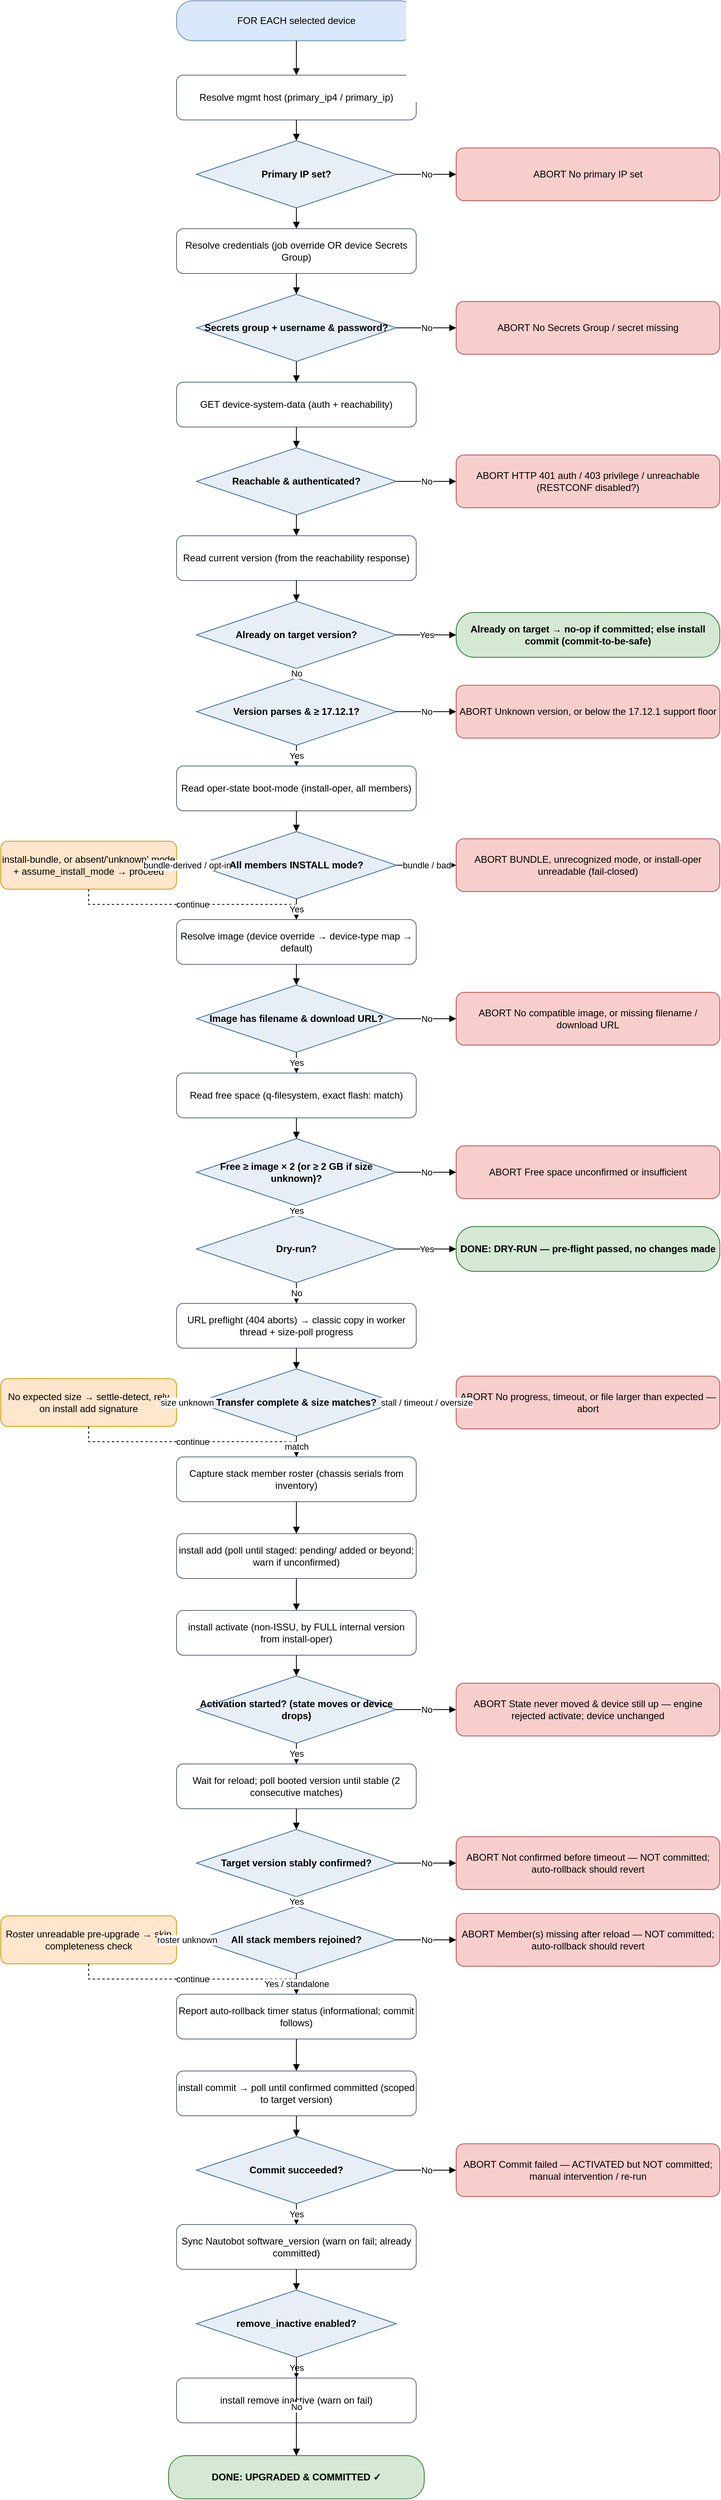
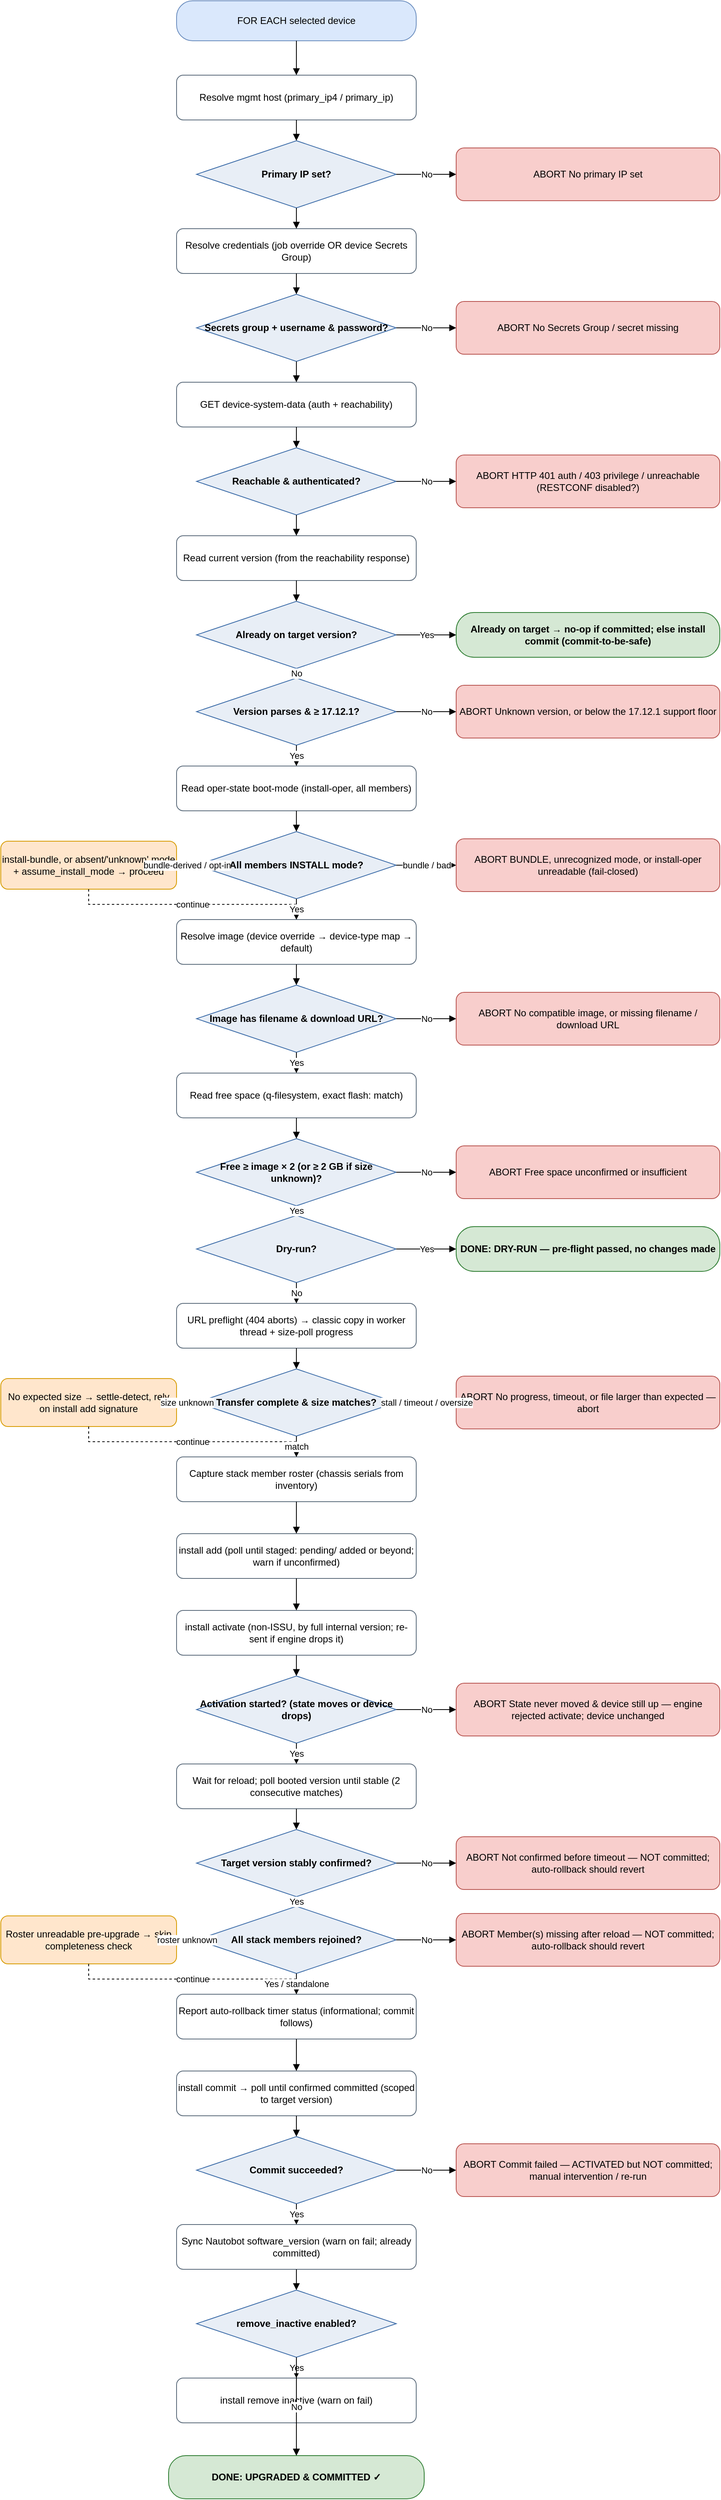
<mxfile host="app.diagrams.net" type="device">
  <diagram name="IOS-XE upgrade flow" id="iosxe-upgrade-flow">
    <mxGraphModel dx="1000" dy="2000" grid="1" gridSize="10" guides="1" tooltips="1"
        connect="1" arrows="1" fold="1" page="1" pageScale="1" math="0" shadow="0">
      <root>
        <mxCell id="0"/>
        <mxCell id="1" parent="0"/>
        <mxCell id="start" value="FOR EACH selected device" style="rounded=1;arcSize=40;whiteSpace=wrap;html=1;fillColor=#DAE8FC;strokeColor=#6C8EBF;" vertex="1" parent="1"><mxGeometry x="250" y="31" width="300" height="50" as="geometry"/></mxCell>
        <mxCell id="host" value="Resolve mgmt host&amp;#10;(primary_ip4 / primary_ip)" style="rounded=1;whiteSpace=wrap;html=1;fillColor=#FFFFFF;strokeColor=#5B6B7B;" vertex="1" parent="1"><mxGeometry x="250" y="124" width="300" height="56" as="geometry"/></mxCell>
        <mxCell id="d_ip" value="Primary IP set?" style="rhombus;whiteSpace=wrap;html=1;fillColor=#E8EEF6;strokeColor=#3C6CA8;fontStyle=1;" vertex="1" parent="1"><mxGeometry x="275" y="206" width="250" height="84" as="geometry"/></mxCell>
        <mxCell id="cred" value="Resolve credentials&amp;#10;(job override OR device Secrets Group)" style="rounded=1;whiteSpace=wrap;html=1;fillColor=#FFFFFF;strokeColor=#5B6B7B;" vertex="1" parent="1"><mxGeometry x="250" y="316" width="300" height="56" as="geometry"/></mxCell>
        <mxCell id="d_cred" value="Secrets group +&amp;#10;username &amp; password?" style="rhombus;whiteSpace=wrap;html=1;fillColor=#E8EEF6;strokeColor=#3C6CA8;fontStyle=1;" vertex="1" parent="1"><mxGeometry x="275" y="398" width="250" height="84" as="geometry"/></mxCell>
        <mxCell id="reach" value="GET device-system-data&amp;#10;(auth + reachability)" style="rounded=1;whiteSpace=wrap;html=1;fillColor=#FFFFFF;strokeColor=#5B6B7B;" vertex="1" parent="1"><mxGeometry x="250" y="508" width="300" height="56" as="geometry"/></mxCell>
        <mxCell id="d_reach" value="Reachable &amp;&amp;#10;authenticated?" style="rhombus;whiteSpace=wrap;html=1;fillColor=#E8EEF6;strokeColor=#3C6CA8;fontStyle=1;" vertex="1" parent="1"><mxGeometry x="275" y="590" width="250" height="84" as="geometry"/></mxCell>
        <mxCell id="curr" value="Read current version&amp;#10;(from the reachability response)" style="rounded=1;whiteSpace=wrap;html=1;fillColor=#FFFFFF;strokeColor=#5B6B7B;" vertex="1" parent="1"><mxGeometry x="250" y="700" width="300" height="56" as="geometry"/></mxCell>
        <mxCell id="d_target" value="Already on&amp;#10;target version?" style="rhombus;whiteSpace=wrap;html=1;fillColor=#E8EEF6;strokeColor=#3C6CA8;fontStyle=1;" vertex="1" parent="1"><mxGeometry x="275" y="782" width="250" height="84" as="geometry"/></mxCell>
        <mxCell id="d_floor" value="Version parses&amp;#10;&amp; ≥ 17.12.1?" style="rhombus;whiteSpace=wrap;html=1;fillColor=#E8EEF6;strokeColor=#3C6CA8;fontStyle=1;" vertex="1" parent="1"><mxGeometry x="275" y="878" width="250" height="84" as="geometry"/></mxCell>
        <mxCell id="mode" value="Read oper-state boot-mode&amp;#10;(install-oper, all members)" style="rounded=1;whiteSpace=wrap;html=1;fillColor=#FFFFFF;strokeColor=#5B6B7B;" vertex="1" parent="1"><mxGeometry x="250" y="988" width="300" height="56" as="geometry"/></mxCell>
        <mxCell id="d_mode" value="All members&amp;#10;INSTALL mode?" style="rhombus;whiteSpace=wrap;html=1;fillColor=#E8EEF6;strokeColor=#3C6CA8;fontStyle=1;" vertex="1" parent="1"><mxGeometry x="275" y="1070" width="250" height="84" as="geometry"/></mxCell>
        <mxCell id="img" value="Resolve image (device override →&amp;#10;device-type map → default)" style="rounded=1;whiteSpace=wrap;html=1;fillColor=#FFFFFF;strokeColor=#5B6B7B;" vertex="1" parent="1"><mxGeometry x="250" y="1180" width="300" height="56" as="geometry"/></mxCell>
        <mxCell id="d_img" value="Image has filename&amp;#10;&amp; download URL?" style="rhombus;whiteSpace=wrap;html=1;fillColor=#E8EEF6;strokeColor=#3C6CA8;fontStyle=1;" vertex="1" parent="1"><mxGeometry x="275" y="1262" width="250" height="84" as="geometry"/></mxCell>
        <mxCell id="space" value="Read free space&amp;#10;(q-filesystem, exact flash: match)" style="rounded=1;whiteSpace=wrap;html=1;fillColor=#FFFFFF;strokeColor=#5B6B7B;" vertex="1" parent="1"><mxGeometry x="250" y="1372" width="300" height="56" as="geometry"/></mxCell>
        <mxCell id="d_space" value="Free ≥ image × 2&amp;#10;(or ≥ 2 GB if size unknown)?" style="rhombus;whiteSpace=wrap;html=1;fillColor=#E8EEF6;strokeColor=#3C6CA8;fontStyle=1;" vertex="1" parent="1"><mxGeometry x="275" y="1454" width="250" height="84" as="geometry"/></mxCell>
        <mxCell id="d_dry" value="Dry-run?" style="rhombus;whiteSpace=wrap;html=1;fillColor=#E8EEF6;strokeColor=#3C6CA8;fontStyle=1;" vertex="1" parent="1"><mxGeometry x="275" y="1550" width="250" height="84" as="geometry"/></mxCell>
        <mxCell id="copy" value="URL preflight (404 aborts) → classic copy&amp;#10;in worker thread + size-poll progress" style="rounded=1;whiteSpace=wrap;html=1;fillColor=#FFFFFF;strokeColor=#5B6B7B;" vertex="1" parent="1"><mxGeometry x="250" y="1660" width="300" height="56" as="geometry"/></mxCell>
        <mxCell id="d_size" value="Transfer complete&amp;#10;&amp; size matches?" style="rhombus;whiteSpace=wrap;html=1;fillColor=#E8EEF6;strokeColor=#3C6CA8;fontStyle=1;" vertex="1" parent="1"><mxGeometry x="275" y="1742" width="250" height="84" as="geometry"/></mxCell>
        <mxCell id="roster" value="Capture stack member roster&amp;#10;(chassis serials from inventory)" style="rounded=1;whiteSpace=wrap;html=1;fillColor=#FFFFFF;strokeColor=#5B6B7B;" vertex="1" parent="1"><mxGeometry x="250" y="1852" width="300" height="56" as="geometry"/></mxCell>
        <mxCell id="add" value="install add (poll until staged: pending/&amp;#10;added or beyond; warn if unconfirmed)" style="rounded=1;whiteSpace=wrap;html=1;fillColor=#FFFFFF;strokeColor=#5B6B7B;" vertex="1" parent="1"><mxGeometry x="250" y="1948" width="300" height="56" as="geometry"/></mxCell>
-         <mxCell id="act" value="install activate (non-ISSU, by FULL&amp;#10;internal version from install-oper)" style="rounded=1;whiteSpace=wrap;html=1;fillColor=#FFFFFF;strokeColor=#5B6B7B;" vertex="1" parent="1"><mxGeometry x="250" y="2044" width="300" height="56" as="geometry"/></mxCell>
+         <mxCell id="act" value="install activate (non-ISSU, by full internal&amp;#10;version; re-sent if engine drops it)" style="rounded=1;whiteSpace=wrap;html=1;fillColor=#FFFFFF;strokeColor=#5B6B7B;" vertex="1" parent="1"><mxGeometry x="250" y="2044" width="300" height="56" as="geometry"/></mxCell>
        <mxCell id="d_act" value="Activation started?&amp;#10;(state moves or device drops)" style="rhombus;whiteSpace=wrap;html=1;fillColor=#E8EEF6;strokeColor=#3C6CA8;fontStyle=1;" vertex="1" parent="1"><mxGeometry x="275" y="2126" width="250" height="84" as="geometry"/></mxCell>
        <mxCell id="waitc" value="Wait for reload; poll booted version&amp;#10;until stable (2 consecutive matches)" style="rounded=1;whiteSpace=wrap;html=1;fillColor=#FFFFFF;strokeColor=#5B6B7B;" vertex="1" parent="1"><mxGeometry x="250" y="2236" width="300" height="56" as="geometry"/></mxCell>
        <mxCell id="d_confirm" value="Target version&amp;#10;stably confirmed?" style="rhombus;whiteSpace=wrap;html=1;fillColor=#E8EEF6;strokeColor=#3C6CA8;fontStyle=1;" vertex="1" parent="1"><mxGeometry x="275" y="2318" width="250" height="84" as="geometry"/></mxCell>
        <mxCell id="d_members" value="All stack members&amp;#10;rejoined?" style="rhombus;whiteSpace=wrap;html=1;fillColor=#E8EEF6;strokeColor=#3C6CA8;fontStyle=1;" vertex="1" parent="1"><mxGeometry x="275" y="2414" width="250" height="84" as="geometry"/></mxCell>
        <mxCell id="rollbackchk" value="Report auto-rollback timer status&amp;#10;(informational; commit follows)" style="rounded=1;whiteSpace=wrap;html=1;fillColor=#FFFFFF;strokeColor=#5B6B7B;" vertex="1" parent="1"><mxGeometry x="250" y="2524" width="300" height="56" as="geometry"/></mxCell>
        <mxCell id="commit" value="install commit → poll until confirmed&amp;#10;committed (scoped to target version)" style="rounded=1;whiteSpace=wrap;html=1;fillColor=#FFFFFF;strokeColor=#5B6B7B;" vertex="1" parent="1"><mxGeometry x="250" y="2620" width="300" height="56" as="geometry"/></mxCell>
        <mxCell id="d_commit" value="Commit&amp;#10;succeeded?" style="rhombus;whiteSpace=wrap;html=1;fillColor=#E8EEF6;strokeColor=#3C6CA8;fontStyle=1;" vertex="1" parent="1"><mxGeometry x="275" y="2702" width="250" height="84" as="geometry"/></mxCell>
        <mxCell id="sync" value="Sync Nautobot software_version&amp;#10;(warn on fail; already committed)" style="rounded=1;whiteSpace=wrap;html=1;fillColor=#FFFFFF;strokeColor=#5B6B7B;" vertex="1" parent="1"><mxGeometry x="250" y="2812" width="300" height="56" as="geometry"/></mxCell>
        <mxCell id="d_remove" value="remove_inactive&amp;#10;enabled?" style="rhombus;whiteSpace=wrap;html=1;fillColor=#E8EEF6;strokeColor=#3C6CA8;fontStyle=1;" vertex="1" parent="1"><mxGeometry x="275" y="2894" width="250" height="84" as="geometry"/></mxCell>
        <mxCell id="remove" value="install remove inactive&amp;#10;(warn on fail)" style="rounded=1;whiteSpace=wrap;html=1;fillColor=#FFFFFF;strokeColor=#5B6B7B;" vertex="1" parent="1"><mxGeometry x="250" y="3004" width="300" height="56" as="geometry"/></mxCell>
        <mxCell id="ok" value="DONE: UPGRADED &amp; COMMITTED ✓" style="rounded=1;arcSize=40;whiteSpace=wrap;html=1;fillColor=#D5E8D4;strokeColor=#2E7D32;fontStyle=1;" vertex="1" parent="1"><mxGeometry x="240" y="3101" width="320" height="54" as="geometry"/></mxCell>
        <mxCell id="d_ip_abort" value="ABORT&amp;#10;No primary IP set" style="rounded=1;whiteSpace=wrap;html=1;fillColor=#F8CECC;strokeColor=#B85450;" vertex="1" parent="1"><mxGeometry x="600" y="215" width="330" height="66" as="geometry"/></mxCell>
        <mxCell id="d_cred_abort" value="ABORT&amp;#10;No Secrets Group / secret missing" style="rounded=1;whiteSpace=wrap;html=1;fillColor=#F8CECC;strokeColor=#B85450;" vertex="1" parent="1"><mxGeometry x="600" y="407" width="330" height="66" as="geometry"/></mxCell>
        <mxCell id="d_reach_abort" value="ABORT&amp;#10;HTTP 401 auth / 403 privilege /&amp;#10;unreachable (RESTCONF disabled?)" style="rounded=1;whiteSpace=wrap;html=1;fillColor=#F8CECC;strokeColor=#B85450;" vertex="1" parent="1"><mxGeometry x="600" y="599" width="330" height="66" as="geometry"/></mxCell>
        <mxCell id="d_target_ok" value="Already on target → no-op if committed;&amp;#10;else install commit (commit-to-be-safe)" style="rounded=1;arcSize=40;whiteSpace=wrap;html=1;fillColor=#D5E8D4;strokeColor=#2E7D32;fontStyle=1;" vertex="1" parent="1"><mxGeometry x="600" y="796" width="330" height="56" as="geometry"/></mxCell>
        <mxCell id="d_floor_abort" value="ABORT&amp;#10;Unknown version, or below the&amp;#10;17.12.1 support floor" style="rounded=1;whiteSpace=wrap;html=1;fillColor=#F8CECC;strokeColor=#B85450;" vertex="1" parent="1"><mxGeometry x="600" y="887" width="330" height="66" as="geometry"/></mxCell>
        <mxCell id="d_mode_abort" value="ABORT&amp;#10;BUNDLE, unrecognized mode, or&amp;#10;install-oper unreadable (fail-closed)" style="rounded=1;whiteSpace=wrap;html=1;fillColor=#F8CECC;strokeColor=#B85450;" vertex="1" parent="1"><mxGeometry x="600" y="1079" width="330" height="66" as="geometry"/></mxCell>
        <mxCell id="d_mode_warn" value="install-bundle, or absent/&#x27;unknown&#x27;&amp;#10;mode + assume_install_mode → proceed" style="rounded=1;whiteSpace=wrap;html=1;fillColor=#FFE6CC;strokeColor=#D79B00;" vertex="1" parent="1"><mxGeometry x="30" y="1082" width="220" height="60" as="geometry"/></mxCell>
        <mxCell id="d_img_abort" value="ABORT&amp;#10;No compatible image, or missing&amp;#10;filename / download URL" style="rounded=1;whiteSpace=wrap;html=1;fillColor=#F8CECC;strokeColor=#B85450;" vertex="1" parent="1"><mxGeometry x="600" y="1271" width="330" height="66" as="geometry"/></mxCell>
        <mxCell id="d_space_abort" value="ABORT&amp;#10;Free space unconfirmed or&amp;#10;insufficient" style="rounded=1;whiteSpace=wrap;html=1;fillColor=#F8CECC;strokeColor=#B85450;" vertex="1" parent="1"><mxGeometry x="600" y="1463" width="330" height="66" as="geometry"/></mxCell>
        <mxCell id="d_dry_ok" value="DONE: DRY-RUN — pre-flight&amp;#10;passed, no changes made" style="rounded=1;arcSize=40;whiteSpace=wrap;html=1;fillColor=#D5E8D4;strokeColor=#2E7D32;fontStyle=1;" vertex="1" parent="1"><mxGeometry x="600" y="1564" width="330" height="56" as="geometry"/></mxCell>
        <mxCell id="d_size_abort" value="ABORT&amp;#10;No progress, timeout, or file&amp;#10;larger than expected — abort" style="rounded=1;whiteSpace=wrap;html=1;fillColor=#F8CECC;strokeColor=#B85450;" vertex="1" parent="1"><mxGeometry x="600" y="1751" width="330" height="66" as="geometry"/></mxCell>
        <mxCell id="d_size_warn" value="No expected size → settle-detect,&amp;#10;rely on install add signature" style="rounded=1;whiteSpace=wrap;html=1;fillColor=#FFE6CC;strokeColor=#D79B00;" vertex="1" parent="1"><mxGeometry x="30" y="1754" width="220" height="60" as="geometry"/></mxCell>
        <mxCell id="d_act_abort" value="ABORT&amp;#10;State never moved &amp; device still up —&amp;#10;engine rejected activate; device unchanged" style="rounded=1;whiteSpace=wrap;html=1;fillColor=#F8CECC;strokeColor=#B85450;" vertex="1" parent="1"><mxGeometry x="600" y="2135" width="330" height="66" as="geometry"/></mxCell>
        <mxCell id="d_confirm_abort" value="ABORT&amp;#10;Not confirmed before timeout — NOT&amp;#10;committed; auto-rollback should revert" style="rounded=1;whiteSpace=wrap;html=1;fillColor=#F8CECC;strokeColor=#B85450;" vertex="1" parent="1"><mxGeometry x="600" y="2327" width="330" height="66" as="geometry"/></mxCell>
        <mxCell id="d_members_abort" value="ABORT&amp;#10;Member(s) missing after reload — NOT&amp;#10;committed; auto-rollback should revert" style="rounded=1;whiteSpace=wrap;html=1;fillColor=#F8CECC;strokeColor=#B85450;" vertex="1" parent="1"><mxGeometry x="600" y="2423" width="330" height="66" as="geometry"/></mxCell>
        <mxCell id="d_members_warn" value="Roster unreadable pre-upgrade →&amp;#10;skip completeness check" style="rounded=1;whiteSpace=wrap;html=1;fillColor=#FFE6CC;strokeColor=#D79B00;" vertex="1" parent="1"><mxGeometry x="30" y="2426" width="220" height="60" as="geometry"/></mxCell>
        <mxCell id="d_commit_abort" value="ABORT&amp;#10;Commit failed — ACTIVATED but NOT&amp;#10;committed; manual intervention / re-run" style="rounded=1;whiteSpace=wrap;html=1;fillColor=#F8CECC;strokeColor=#B85450;" vertex="1" parent="1"><mxGeometry x="600" y="2711" width="330" height="66" as="geometry"/></mxCell>
        <mxCell id="e_d_ip_abort" value="No" style="edgeStyle=orthogonalEdgeStyle;rounded=0;html=1;endArrow=block;" edge="1" parent="1" source="d_ip" target="d_ip_abort"><mxGeometry relative="1" as="geometry"/></mxCell>
        <mxCell id="e_d_cred_abort" value="No" style="edgeStyle=orthogonalEdgeStyle;rounded=0;html=1;endArrow=block;" edge="1" parent="1" source="d_cred" target="d_cred_abort"><mxGeometry relative="1" as="geometry"/></mxCell>
        <mxCell id="e_d_reach_abort" value="No" style="edgeStyle=orthogonalEdgeStyle;rounded=0;html=1;endArrow=block;" edge="1" parent="1" source="d_reach" target="d_reach_abort"><mxGeometry relative="1" as="geometry"/></mxCell>
        <mxCell id="e_d_target_ok" value="Yes" style="edgeStyle=orthogonalEdgeStyle;rounded=0;html=1;endArrow=block;" edge="1" parent="1" source="d_target" target="d_target_ok"><mxGeometry relative="1" as="geometry"/></mxCell>
        <mxCell id="e_d_floor_abort" value="No" style="edgeStyle=orthogonalEdgeStyle;rounded=0;html=1;endArrow=block;" edge="1" parent="1" source="d_floor" target="d_floor_abort"><mxGeometry relative="1" as="geometry"/></mxCell>
        <mxCell id="e_d_mode_abort" value="bundle / bad" style="edgeStyle=orthogonalEdgeStyle;rounded=0;html=1;endArrow=block;" edge="1" parent="1" source="d_mode" target="d_mode_abort"><mxGeometry relative="1" as="geometry"/></mxCell>
        <mxCell id="e_d_mode_warn" value="bundle-derived /
opt-in" style="edgeStyle=orthogonalEdgeStyle;rounded=0;html=1;endArrow=block;" edge="1" parent="1" source="d_mode" target="d_mode_warn"><mxGeometry relative="1" as="geometry"/></mxCell>
        <mxCell id="e_d_mode_warn_join" value="continue" style="edgeStyle=orthogonalEdgeStyle;rounded=0;html=1;endArrow=block;dashed=1;" edge="1" parent="1" source="d_mode_warn" target="img"><mxGeometry relative="1" as="geometry"/></mxCell>
        <mxCell id="e_d_img_abort" value="No" style="edgeStyle=orthogonalEdgeStyle;rounded=0;html=1;endArrow=block;" edge="1" parent="1" source="d_img" target="d_img_abort"><mxGeometry relative="1" as="geometry"/></mxCell>
        <mxCell id="e_d_space_abort" value="No" style="edgeStyle=orthogonalEdgeStyle;rounded=0;html=1;endArrow=block;" edge="1" parent="1" source="d_space" target="d_space_abort"><mxGeometry relative="1" as="geometry"/></mxCell>
        <mxCell id="e_d_dry_ok" value="Yes" style="edgeStyle=orthogonalEdgeStyle;rounded=0;html=1;endArrow=block;" edge="1" parent="1" source="d_dry" target="d_dry_ok"><mxGeometry relative="1" as="geometry"/></mxCell>
        <mxCell id="e_d_size_abort" value="stall / timeout /
oversize" style="edgeStyle=orthogonalEdgeStyle;rounded=0;html=1;endArrow=block;" edge="1" parent="1" source="d_size" target="d_size_abort"><mxGeometry relative="1" as="geometry"/></mxCell>
        <mxCell id="e_d_size_warn" value="size unknown" style="edgeStyle=orthogonalEdgeStyle;rounded=0;html=1;endArrow=block;" edge="1" parent="1" source="d_size" target="d_size_warn"><mxGeometry relative="1" as="geometry"/></mxCell>
        <mxCell id="e_d_size_warn_join" value="continue" style="edgeStyle=orthogonalEdgeStyle;rounded=0;html=1;endArrow=block;dashed=1;" edge="1" parent="1" source="d_size_warn" target="roster"><mxGeometry relative="1" as="geometry"/></mxCell>
        <mxCell id="e_d_act_abort" value="No" style="edgeStyle=orthogonalEdgeStyle;rounded=0;html=1;endArrow=block;" edge="1" parent="1" source="d_act" target="d_act_abort"><mxGeometry relative="1" as="geometry"/></mxCell>
        <mxCell id="e_d_confirm_abort" value="No" style="edgeStyle=orthogonalEdgeStyle;rounded=0;html=1;endArrow=block;" edge="1" parent="1" source="d_confirm" target="d_confirm_abort"><mxGeometry relative="1" as="geometry"/></mxCell>
        <mxCell id="e_d_members_abort" value="No" style="edgeStyle=orthogonalEdgeStyle;rounded=0;html=1;endArrow=block;" edge="1" parent="1" source="d_members" target="d_members_abort"><mxGeometry relative="1" as="geometry"/></mxCell>
        <mxCell id="e_d_members_warn" value="roster unknown" style="edgeStyle=orthogonalEdgeStyle;rounded=0;html=1;endArrow=block;" edge="1" parent="1" source="d_members" target="d_members_warn"><mxGeometry relative="1" as="geometry"/></mxCell>
        <mxCell id="e_d_members_warn_join" value="continue" style="edgeStyle=orthogonalEdgeStyle;rounded=0;html=1;endArrow=block;dashed=1;" edge="1" parent="1" source="d_members_warn" target="rollbackchk"><mxGeometry relative="1" as="geometry"/></mxCell>
        <mxCell id="e_d_commit_abort" value="No" style="edgeStyle=orthogonalEdgeStyle;rounded=0;html=1;endArrow=block;" edge="1" parent="1" source="d_commit" target="d_commit_abort"><mxGeometry relative="1" as="geometry"/></mxCell>
        <mxCell id="e_start_host" value="" style="edgeStyle=orthogonalEdgeStyle;rounded=0;html=1;endArrow=block;" edge="1" parent="1" source="start" target="host"><mxGeometry relative="1" as="geometry"/></mxCell>
        <mxCell id="e_host_d_ip" value="" style="edgeStyle=orthogonalEdgeStyle;rounded=0;html=1;endArrow=block;" edge="1" parent="1" source="host" target="d_ip"><mxGeometry relative="1" as="geometry"/></mxCell>
        <mxCell id="e_d_ip_cred" value="" style="edgeStyle=orthogonalEdgeStyle;rounded=0;html=1;endArrow=block;" edge="1" parent="1" source="d_ip" target="cred"><mxGeometry relative="1" as="geometry"/></mxCell>
        <mxCell id="e_cred_d_cred" value="" style="edgeStyle=orthogonalEdgeStyle;rounded=0;html=1;endArrow=block;" edge="1" parent="1" source="cred" target="d_cred"><mxGeometry relative="1" as="geometry"/></mxCell>
        <mxCell id="e_d_cred_reach" value="" style="edgeStyle=orthogonalEdgeStyle;rounded=0;html=1;endArrow=block;" edge="1" parent="1" source="d_cred" target="reach"><mxGeometry relative="1" as="geometry"/></mxCell>
        <mxCell id="e_reach_d_reach" value="" style="edgeStyle=orthogonalEdgeStyle;rounded=0;html=1;endArrow=block;" edge="1" parent="1" source="reach" target="d_reach"><mxGeometry relative="1" as="geometry"/></mxCell>
        <mxCell id="e_d_reach_curr" value="" style="edgeStyle=orthogonalEdgeStyle;rounded=0;html=1;endArrow=block;" edge="1" parent="1" source="d_reach" target="curr"><mxGeometry relative="1" as="geometry"/></mxCell>
        <mxCell id="e_curr_d_target" value="" style="edgeStyle=orthogonalEdgeStyle;rounded=0;html=1;endArrow=block;" edge="1" parent="1" source="curr" target="d_target"><mxGeometry relative="1" as="geometry"/></mxCell>
        <mxCell id="e_d_target_d_floor" value="No" style="edgeStyle=orthogonalEdgeStyle;rounded=0;html=1;endArrow=block;" edge="1" parent="1" source="d_target" target="d_floor"><mxGeometry relative="1" as="geometry"/></mxCell>
        <mxCell id="e_d_floor_mode" value="Yes" style="edgeStyle=orthogonalEdgeStyle;rounded=0;html=1;endArrow=block;" edge="1" parent="1" source="d_floor" target="mode"><mxGeometry relative="1" as="geometry"/></mxCell>
        <mxCell id="e_mode_d_mode" value="" style="edgeStyle=orthogonalEdgeStyle;rounded=0;html=1;endArrow=block;" edge="1" parent="1" source="mode" target="d_mode"><mxGeometry relative="1" as="geometry"/></mxCell>
        <mxCell id="e_d_mode_img" value="Yes" style="edgeStyle=orthogonalEdgeStyle;rounded=0;html=1;endArrow=block;" edge="1" parent="1" source="d_mode" target="img"><mxGeometry relative="1" as="geometry"/></mxCell>
        <mxCell id="e_img_d_img" value="" style="edgeStyle=orthogonalEdgeStyle;rounded=0;html=1;endArrow=block;" edge="1" parent="1" source="img" target="d_img"><mxGeometry relative="1" as="geometry"/></mxCell>
        <mxCell id="e_d_img_space" value="Yes" style="edgeStyle=orthogonalEdgeStyle;rounded=0;html=1;endArrow=block;" edge="1" parent="1" source="d_img" target="space"><mxGeometry relative="1" as="geometry"/></mxCell>
        <mxCell id="e_space_d_space" value="" style="edgeStyle=orthogonalEdgeStyle;rounded=0;html=1;endArrow=block;" edge="1" parent="1" source="space" target="d_space"><mxGeometry relative="1" as="geometry"/></mxCell>
        <mxCell id="e_d_space_d_dry" value="Yes" style="edgeStyle=orthogonalEdgeStyle;rounded=0;html=1;endArrow=block;" edge="1" parent="1" source="d_space" target="d_dry"><mxGeometry relative="1" as="geometry"/></mxCell>
        <mxCell id="e_d_dry_copy" value="No" style="edgeStyle=orthogonalEdgeStyle;rounded=0;html=1;endArrow=block;" edge="1" parent="1" source="d_dry" target="copy"><mxGeometry relative="1" as="geometry"/></mxCell>
        <mxCell id="e_copy_d_size" value="" style="edgeStyle=orthogonalEdgeStyle;rounded=0;html=1;endArrow=block;" edge="1" parent="1" source="copy" target="d_size"><mxGeometry relative="1" as="geometry"/></mxCell>
        <mxCell id="e_d_size_roster" value="match" style="edgeStyle=orthogonalEdgeStyle;rounded=0;html=1;endArrow=block;" edge="1" parent="1" source="d_size" target="roster"><mxGeometry relative="1" as="geometry"/></mxCell>
        <mxCell id="e_roster_add" value="" style="edgeStyle=orthogonalEdgeStyle;rounded=0;html=1;endArrow=block;" edge="1" parent="1" source="roster" target="add"><mxGeometry relative="1" as="geometry"/></mxCell>
        <mxCell id="e_add_act" value="" style="edgeStyle=orthogonalEdgeStyle;rounded=0;html=1;endArrow=block;" edge="1" parent="1" source="add" target="act"><mxGeometry relative="1" as="geometry"/></mxCell>
        <mxCell id="e_act_d_act" value="" style="edgeStyle=orthogonalEdgeStyle;rounded=0;html=1;endArrow=block;" edge="1" parent="1" source="act" target="d_act"><mxGeometry relative="1" as="geometry"/></mxCell>
        <mxCell id="e_d_act_waitc" value="Yes" style="edgeStyle=orthogonalEdgeStyle;rounded=0;html=1;endArrow=block;" edge="1" parent="1" source="d_act" target="waitc"><mxGeometry relative="1" as="geometry"/></mxCell>
        <mxCell id="e_waitc_d_confirm" value="" style="edgeStyle=orthogonalEdgeStyle;rounded=0;html=1;endArrow=block;" edge="1" parent="1" source="waitc" target="d_confirm"><mxGeometry relative="1" as="geometry"/></mxCell>
        <mxCell id="e_d_confirm_d_members" value="Yes" style="edgeStyle=orthogonalEdgeStyle;rounded=0;html=1;endArrow=block;" edge="1" parent="1" source="d_confirm" target="d_members"><mxGeometry relative="1" as="geometry"/></mxCell>
        <mxCell id="e_d_members_rollbackchk" value="Yes / standalone" style="edgeStyle=orthogonalEdgeStyle;rounded=0;html=1;endArrow=block;" edge="1" parent="1" source="d_members" target="rollbackchk"><mxGeometry relative="1" as="geometry"/></mxCell>
        <mxCell id="e_rollbackchk_commit" value="" style="edgeStyle=orthogonalEdgeStyle;rounded=0;html=1;endArrow=block;" edge="1" parent="1" source="rollbackchk" target="commit"><mxGeometry relative="1" as="geometry"/></mxCell>
        <mxCell id="e_commit_d_commit" value="" style="edgeStyle=orthogonalEdgeStyle;rounded=0;html=1;endArrow=block;" edge="1" parent="1" source="commit" target="d_commit"><mxGeometry relative="1" as="geometry"/></mxCell>
        <mxCell id="e_d_commit_sync" value="Yes" style="edgeStyle=orthogonalEdgeStyle;rounded=0;html=1;endArrow=block;" edge="1" parent="1" source="d_commit" target="sync"><mxGeometry relative="1" as="geometry"/></mxCell>
        <mxCell id="e_sync_d_remove" value="" style="edgeStyle=orthogonalEdgeStyle;rounded=0;html=1;endArrow=block;" edge="1" parent="1" source="sync" target="d_remove"><mxGeometry relative="1" as="geometry"/></mxCell>
        <mxCell id="e_remove_yes" value="Yes" style="edgeStyle=orthogonalEdgeStyle;rounded=0;html=1;endArrow=block;" edge="1" parent="1" source="d_remove" target="remove"><mxGeometry relative="1" as="geometry"/></mxCell>
        <mxCell id="e_remove_ok" value="" style="edgeStyle=orthogonalEdgeStyle;rounded=0;html=1;endArrow=block;" edge="1" parent="1" source="remove" target="ok"><mxGeometry relative="1" as="geometry"/></mxCell>
        <mxCell id="e_remove_no" value="No" style="edgeStyle=orthogonalEdgeStyle;rounded=0;html=1;endArrow=block;" edge="1" parent="1" source="d_remove" target="ok"><mxGeometry relative="1" as="geometry"/></mxCell>
      </root>
    </mxGraphModel>
  </diagram>
</mxfile>
